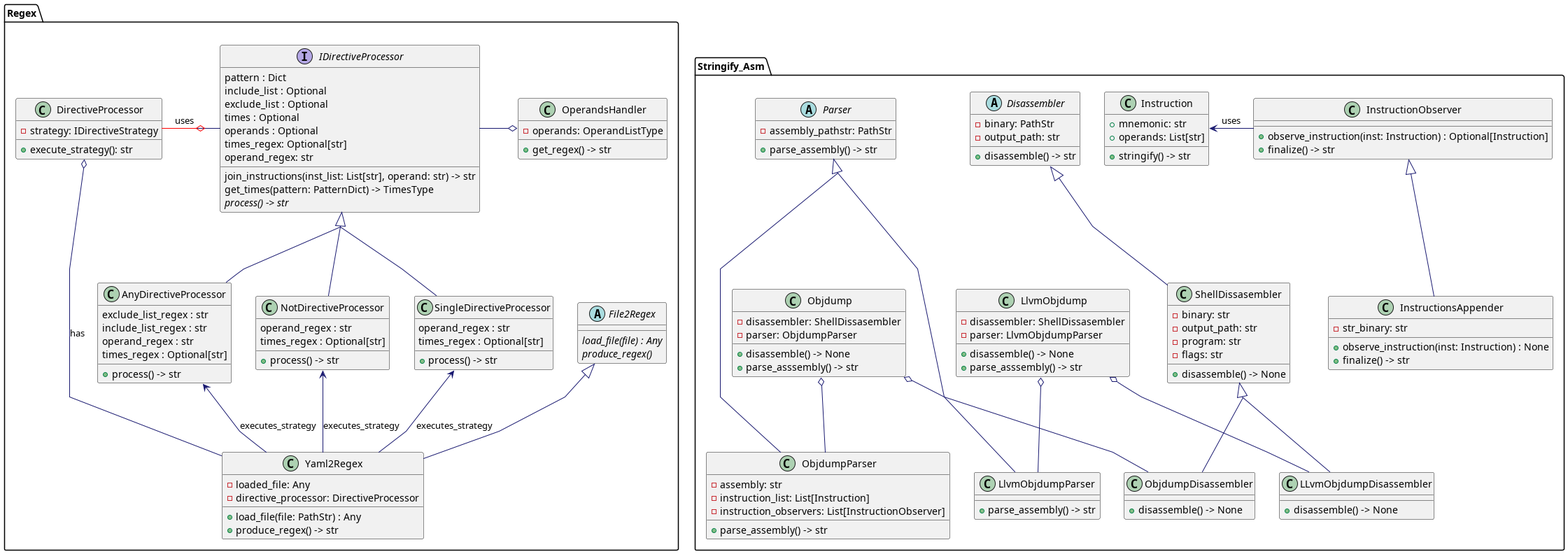
This is design/diagram_class.png from JukMR/JASM, a PlantUML export, as it was before one commit.
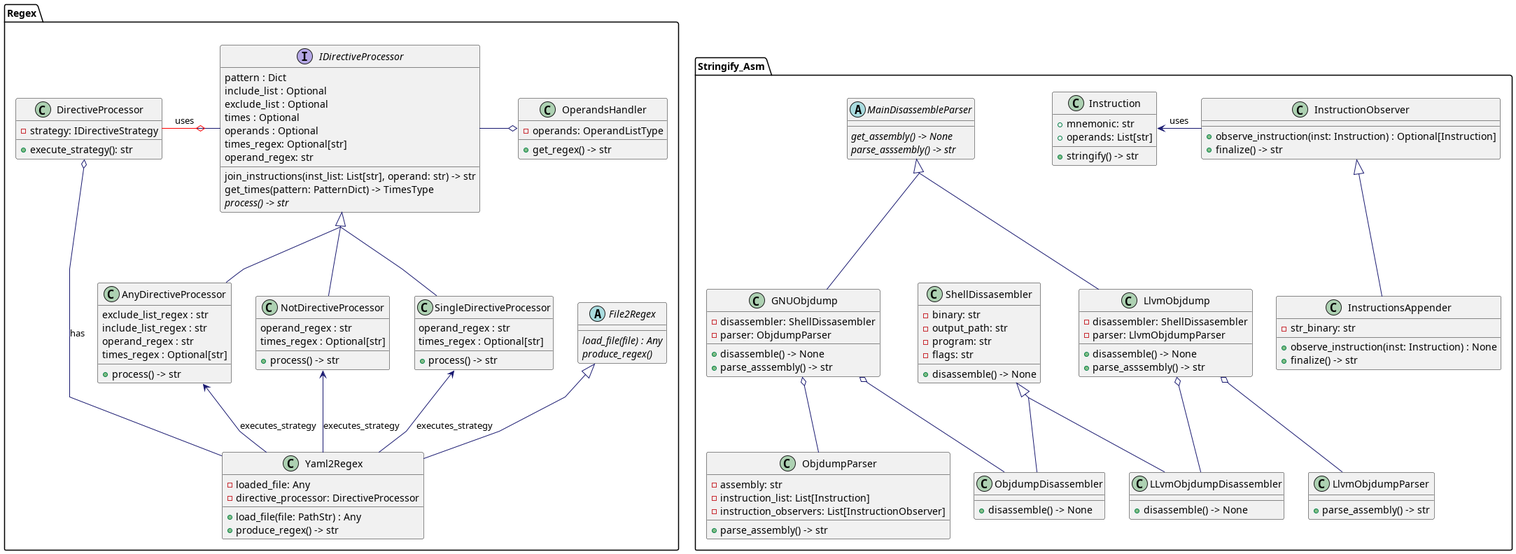
The same diagram one commit later.

Diff of the diagram source:
```diff
@@ -12,11 +12,6 @@
 }
 
 package "Stringify_Asm" {
-    abstract class Disassembler {
-        -binary: PathStr
-        -output_path: str
-        +disassemble() -> str
-    }
 
     class Instruction {
         +mnemonic: str
@@ -29,9 +24,9 @@
         +finalize() -> str
     }
 
-    abstract class Parser {
-        -assembly_pathstr: PathStr
-        +parse_assembly() -> str
+    abstract class MainDisassembleParser {
+        {abstract} get_assembly() -> None
+        {abstract} parse_asssembly() -> str
     }
 
     class LLvmObjdumpDisassembler {
@@ -60,7 +55,7 @@
         +parse_assembly() -> str
     }
 
-    class Objdump {
+    class GNUObjdump {
         -disassembler: ShellDissasembler
         -parser: ObjdumpParser
         +disassemble() -> None
@@ -162,19 +157,18 @@
 IDirectiveProcessor -o OperandsHandler
 
 
+MainDisassembleParser <|-- GNUObjdump
+MainDisassembleParser <|-- LlvmObjdump
 Instruction <- InstructionObserver : uses
 File2Regex <|-- Yaml2Regex
-Parser <|--- LlvmObjdumpParser
-Parser <|--- ObjdumpParser
 InstructionObserver <|-- InstructionsAppender
 
-Objdump o-- ObjdumpDisassembler
-Objdump o-- ObjdumpParser
+GNUObjdump o-- ObjdumpDisassembler
+GNUObjdump o-- ObjdumpParser
 
 LlvmObjdump o-- LlvmObjdumpParser
 LlvmObjdump o-- LLvmObjdumpDisassembler
 
-Disassembler <|-- ShellDissasembler
 ShellDissasembler <|-- ObjdumpDisassembler
 ShellDissasembler <|-- LLvmObjdumpDisassembler
 @enduml
```
